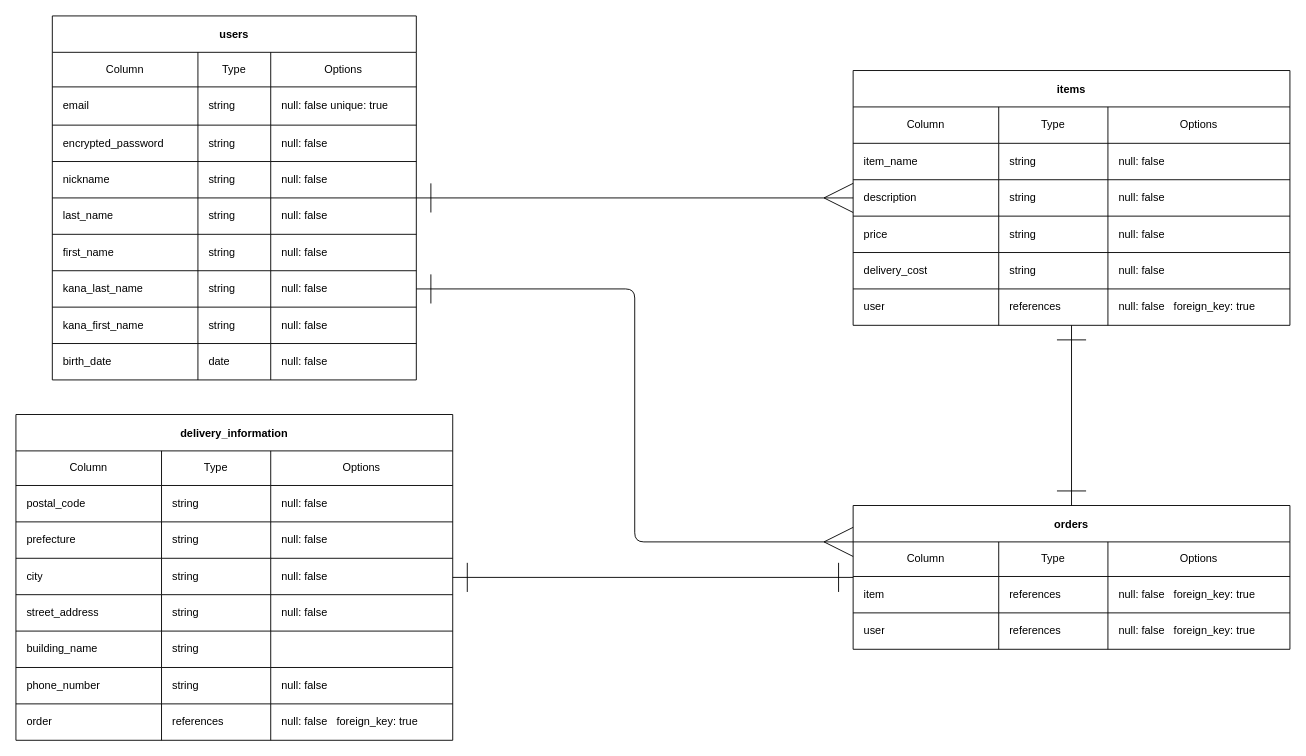
Before: ER.dio in rkmr17/furima-39418, a draw.io diagram. Source tidied: cells renumbered, new cells numbered last; positions are measured from the earlier drawing's top-left corner, leaving out a move shared by most shapes. Both pictures are drawn from the tidied source at 91%, with x=0, y=0 at pixel (15, 15).
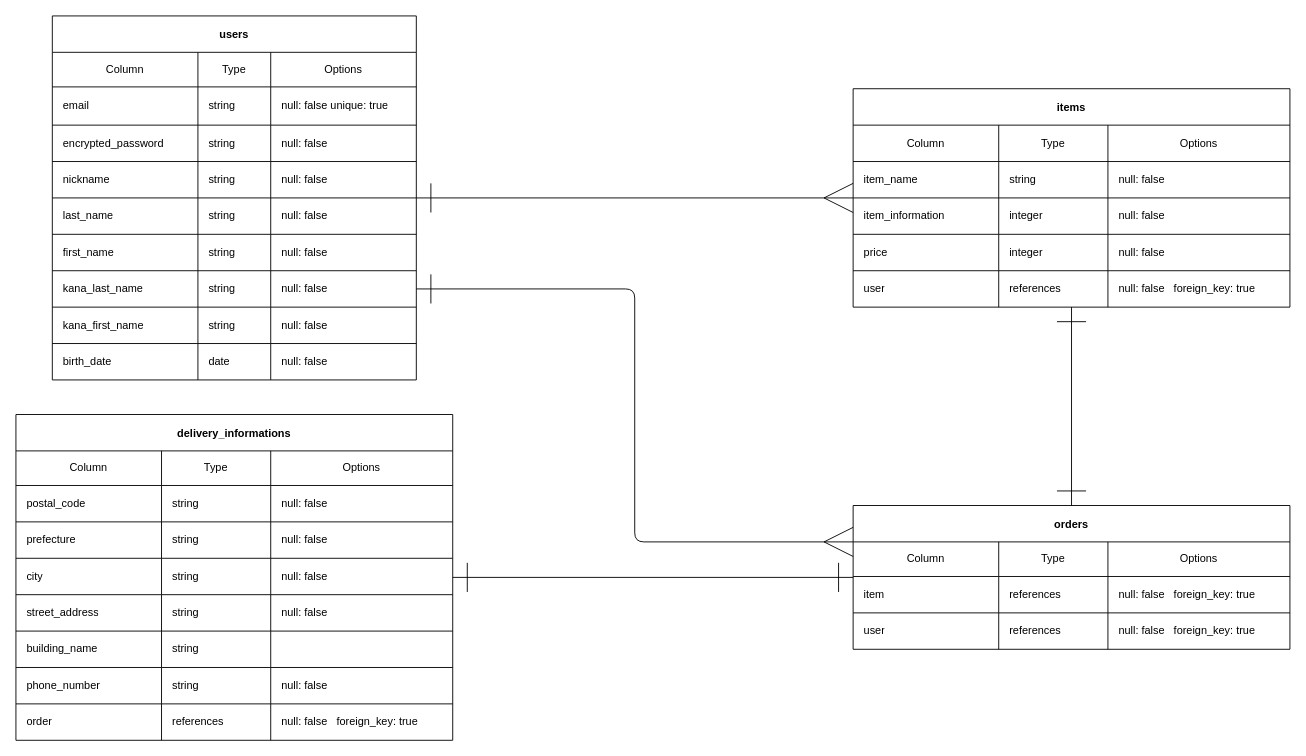
Above is the later version.

Commit message (it also covers changes not shown here):
データベース設計

Unchanged cells that the change refers to:
```xml
<mxCell id="50" style="shape=tableRow;horizontal=0;startSize=0;swimlaneHead=0;swimlaneBody=0;top=0;left=0;bottom=0;right=0;align=left;spacingLeft=10;fillColor=none;" parent="41" vertex="1">
  <mxGeometry y="120" width="480" height="40" as="geometry" />
</mxCell>
<mxCell id="54" style="shape=tableRow;horizontal=0;startSize=0;swimlaneHead=0;swimlaneBody=0;top=0;left=0;bottom=0;right=0;align=left;spacingLeft=10;fillColor=none;" parent="41" vertex="1">
  <mxGeometry y="160" width="480" height="40" as="geometry" />
</mxCell>
```

Change to the diagram source:
```diff
@@
     <mxCell id="41" value="items" style="shape=table;startSize=40;childLayout=tableLayout;fontStyle=1;align=center;fillColor=none;" parent="1" vertex="1">
-      <mxGeometry x="920" y="60" width="480" height="280" as="geometry" />
+      <mxGeometry x="920" y="80" width="480" height="240" as="geometry" />
     </mxCell>
@@
-    <mxCell id="51" value="description" style="shape=partialRectangle;html=1;whiteSpace=wrap;top=0;left=0;bottom=0;right=0;overflow=hidden;align=left;spacingLeft=10;fillColor=none;" parent="50" vertex="1">
-      <mxGeometry width="160" height="40" as="geometry" />
-    </mxCell>
-    <mxCell id="52" value="string" style="shape=partialRectangle;html=1;whiteSpace=wrap;top=0;left=0;bottom=0;right=0;overflow=hidden;align=left;spacingLeft=10;fillColor=none;" parent="50" vertex="1">
-      <mxGeometry x="160" width="120" height="40" as="geometry" />
-    </mxCell>
-    <mxCell id="53" value="null: false&lt;span style=&quot;&quot;&gt;&#9;&lt;/span&gt;" style="shape=partialRectangle;html=1;whiteSpace=wrap;top=0;left=0;bottom=0;right=0;overflow=hidden;align=left;spacingLeft=10;fillColor=none;" parent="50" vertex="1">
-      <mxGeometry x="280" width="200" height="40" as="geometry" />
-    </mxCell>
+    <mxCell id="114" value="item_information" style="shape=partialRectangle;html=1;whiteSpace=wrap;top=0;left=0;bottom=0;right=0;overflow=hidden;align=left;spacingLeft=10;fillColor=none;" parent="50" vertex="1">
+      <mxGeometry width="160" height="40" as="geometry" />
+    </mxCell>
+    <mxCell id="115" value="integer" style="shape=partialRectangle;html=1;whiteSpace=wrap;top=0;left=0;bottom=0;right=0;overflow=hidden;align=left;spacingLeft=10;fillColor=none;" parent="50" vertex="1">
+      <mxGeometry x="160" width="120" height="40" as="geometry" />
+    </mxCell>
+    <mxCell id="61" value="null: false" style="shape=partialRectangle;html=1;whiteSpace=wrap;top=0;left=0;bottom=0;right=0;overflow=hidden;align=left;spacingLeft=10;fillColor=none;" parent="50" vertex="1">
+      <mxGeometry x="280" width="200" height="40" as="geometry" />
+    </mxCell>
@@
-    <mxCell id="56" value="string" style="shape=partialRectangle;html=1;whiteSpace=wrap;top=0;left=0;bottom=0;right=0;overflow=hidden;align=left;spacingLeft=10;fillColor=none;" parent="54" vertex="1">
+    <mxCell id="56" value="integer" style="shape=partialRectangle;html=1;whiteSpace=wrap;top=0;left=0;bottom=0;right=0;overflow=hidden;align=left;spacingLeft=10;fillColor=none;" parent="54" vertex="1">
       <mxGeometry x="160" width="120" height="40" as="geometry" />
     </mxCell>
@@
-    <mxCell id="58" style="shape=tableRow;horizontal=0;startSize=0;swimlaneHead=0;swimlaneBody=0;top=0;left=0;bottom=0;right=0;align=left;spacingLeft=10;fillColor=none;" parent="41" vertex="1">
-      <mxGeometry y="200" width="480" height="40" as="geometry" />
-    </mxCell>
-    <mxCell id="59" value="delivery_cost" style="shape=partialRectangle;html=1;whiteSpace=wrap;top=0;left=0;bottom=0;right=0;overflow=hidden;align=left;spacingLeft=10;fillColor=none;" parent="58" vertex="1">
-      <mxGeometry width="160" height="40" as="geometry" />
-    </mxCell>
-    <mxCell id="60" value="string" style="shape=partialRectangle;html=1;whiteSpace=wrap;top=0;left=0;bottom=0;right=0;overflow=hidden;align=left;spacingLeft=10;fillColor=none;" parent="58" vertex="1">
-      <mxGeometry x="160" width="120" height="40" as="geometry" />
-    </mxCell>
-    <mxCell id="61" value="null: false" style="shape=partialRectangle;html=1;whiteSpace=wrap;top=0;left=0;bottom=0;right=0;overflow=hidden;align=left;spacingLeft=10;fillColor=none;" parent="58" vertex="1">
-      <mxGeometry x="280" width="200" height="40" as="geometry" />
-    </mxCell>
     <mxCell id="62" style="shape=tableRow;horizontal=0;startSize=0;swimlaneHead=0;swimlaneBody=0;top=0;left=0;bottom=0;right=0;align=left;spacingLeft=10;fillColor=none;" parent="41" vertex="1">
-      <mxGeometry y="240" width="480" height="40" as="geometry" />
+      <mxGeometry y="200" width="480" height="40" as="geometry" />
     </mxCell>
@@
-    <mxCell id="80" value="delivery_information" style="shape=table;startSize=40;childLayout=tableLayout;fontStyle=1;align=center;fillColor=none;" parent="1" vertex="1">
+    <mxCell id="80" value="delivery_informations" style="shape=table;startSize=40;childLayout=tableLayout;fontStyle=1;align=center;fillColor=none;" parent="1" vertex="1">
       <mxGeometry y="438" width="480" height="358" as="geometry" />
     </mxCell>
```
